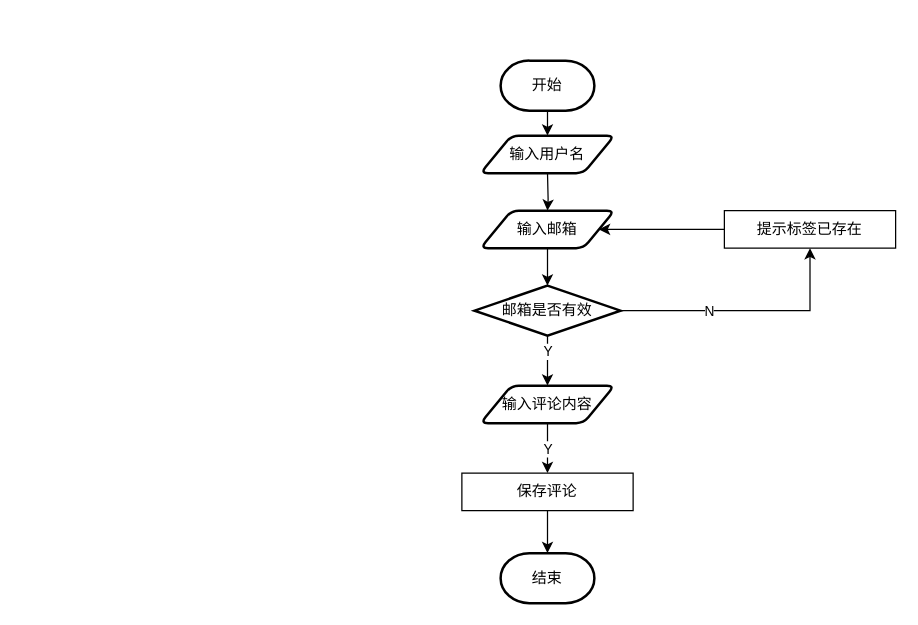
Before: 点赞功能流程图.drawio in zyl-2000/draw, a draw.io diagram. Source tidied: cells renumbered, new cells numbered last; positions are measured from the earlier drawing's top-left corner, leaving out a move shared by most shapes. Both pictures are drawn from the tidied source at 125%, with x=0, y=0 at pixel (461, 60).
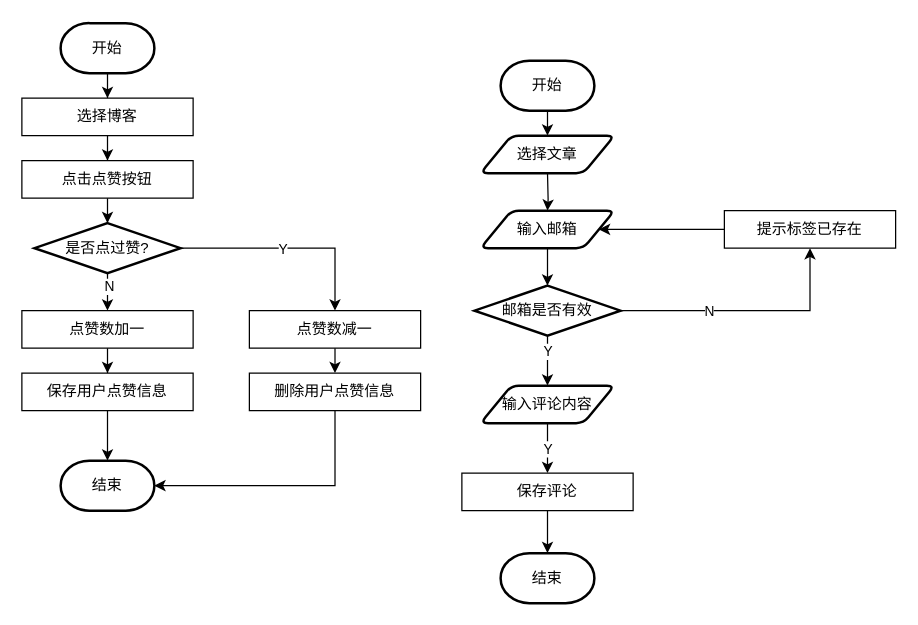
After the change.

Commit message (it also covers changes not shown here):
更新点赞功能流程图.drawio

The edit, as a diff of the source:
```diff
@@
-    <mxCell id="19" value="输入用户名" style="shape=parallelogram;html=1;strokeWidth=2;perimeter=parallelogramPerimeter;whiteSpace=wrap;rounded=1;arcSize=12;size=0.23;" parent="1" vertex="1">
+    <mxCell id="19" value="选择文章" style="shape=parallelogram;html=1;strokeWidth=2;perimeter=parallelogramPerimeter;whiteSpace=wrap;rounded=1;arcSize=12;size=0.23;" parent="1" vertex="1">
       <mxGeometry x="15" y="60" width="107" height="30" as="geometry" />
     </mxCell>
@@
+    <mxCell id="21" style="edgeStyle=orthogonalEdgeStyle;rounded=0;jettySize=auto;html=1;exitX=0.5;exitY=1;exitDx=0;exitDy=0;exitPerimeter=0;" parent="1" edge="1" source="22" target="24">
+      <mxGeometry relative="1" as="geometry" />
+    </mxCell>
+    <mxCell id="22" value="开始" style="strokeWidth=2;html=1;shape=mxgraph.flowchart.terminator;whiteSpace=wrap;" parent="1" vertex="1">
+      <mxGeometry x="-321" y="-30" width="75" height="40" as="geometry" />
+    </mxCell>
+    <mxCell id="23" style="edgeStyle=orthogonalEdgeStyle;rounded=0;jettySize=auto;html=1;exitX=0.5;exitY=1;exitDx=0;exitDy=0;" parent="1" edge="1" source="24" target="26">
+      <mxGeometry relative="1" as="geometry" />
+    </mxCell>
+    <mxCell id="24" value="选择博客" style="rounded=0;whiteSpace=wrap;html=1;" parent="1" vertex="1">
+      <mxGeometry x="-352" y="30" width="137" height="30" as="geometry" />
+    </mxCell>
+    <mxCell id="25" style="edgeStyle=orthogonalEdgeStyle;rounded=0;jettySize=auto;html=1;exitX=0.5;exitY=1;exitDx=0;exitDy=0;" parent="1" edge="1" source="26" target="31">
+      <mxGeometry relative="1" as="geometry" />
+    </mxCell>
+    <mxCell id="26" value="点击点赞按钮" style="rounded=0;whiteSpace=wrap;html=1;" parent="1" vertex="1">
+      <mxGeometry x="-352" y="80" width="137" height="30" as="geometry" />
+    </mxCell>
+    <mxCell id="27" style="edgeStyle=orthogonalEdgeStyle;rounded=0;jettySize=auto;html=1;exitX=0.5;exitY=1;exitDx=0;exitDy=0;exitPerimeter=0;entryX=0.5;entryY=0;entryDx=0;entryDy=0;" parent="1" edge="1" source="31" target="33">
+      <mxGeometry relative="1" as="geometry" />
+    </mxCell>
+    <mxCell id="28" value="N" style="edgeLabel;html=1;align=center;verticalAlign=middle;" parent="27" vertex="1">
+      <mxGeometry x="-0.18" y="1" relative="1" as="geometry">
+        <mxPoint y="-2" as="offset" />
+      </mxGeometry>
+    </mxCell>
+    <mxCell id="29" style="edgeStyle=orthogonalEdgeStyle;rounded=0;jettySize=auto;html=1;exitX=1;exitY=0.5;exitDx=0;exitDy=0;exitPerimeter=0;" parent="1" edge="1" source="31" target="36">
+      <mxGeometry relative="1" as="geometry" />
+    </mxCell>
+    <mxCell id="30" value="Y" style="edgeLabel;html=1;align=center;verticalAlign=middle;" parent="29" vertex="1">
+      <mxGeometry x="-0.05" y="4" relative="1" as="geometry">
+        <mxPoint y="4" as="offset" />
+      </mxGeometry>
+    </mxCell>
+    <mxCell id="31" value="是否点过赞?" style="strokeWidth=2;html=1;shape=mxgraph.flowchart.decision;whiteSpace=wrap;" parent="1" vertex="1">
+      <mxGeometry x="-341.9" y="130" width="116.8" height="40" as="geometry" />
+    </mxCell>
+    <mxCell id="32" style="edgeStyle=orthogonalEdgeStyle;rounded=0;jettySize=auto;html=1;exitX=0.5;exitY=1;exitDx=0;exitDy=0;" parent="1" edge="1" source="33" target="34">
+      <mxGeometry relative="1" as="geometry" />
+    </mxCell>
+    <mxCell id="33" value="点赞数加一" style="rounded=0;whiteSpace=wrap;html=1;" parent="1" vertex="1">
+      <mxGeometry x="-352" y="200" width="137" height="30" as="geometry" />
+    </mxCell>
+    <mxCell id="34" value="保存用户点赞信息" style="rounded=0;whiteSpace=wrap;html=1;" parent="1" vertex="1">
+      <mxGeometry x="-352" y="250" width="137" height="30" as="geometry" />
+    </mxCell>
+    <mxCell id="35" style="edgeStyle=orthogonalEdgeStyle;rounded=0;jettySize=auto;html=1;exitX=0.5;exitY=1;exitDx=0;exitDy=0;entryX=0.5;entryY=0;entryDx=0;entryDy=0;" parent="1" edge="1" source="36" target="37">
+      <mxGeometry relative="1" as="geometry" />
+    </mxCell>
+    <mxCell id="36" value="点赞数减一" style="rounded=0;whiteSpace=wrap;html=1;" parent="1" vertex="1">
+      <mxGeometry x="-170" y="200" width="137" height="30" as="geometry" />
+    </mxCell>
+    <mxCell id="37" value="删除用户点赞信息" style="rounded=0;whiteSpace=wrap;html=1;" parent="1" vertex="1">
+      <mxGeometry x="-170" y="250" width="137" height="30" as="geometry" />
+    </mxCell>
+    <mxCell id="38" value="结束" style="strokeWidth=2;html=1;shape=mxgraph.flowchart.terminator;whiteSpace=wrap;" parent="1" vertex="1">
+      <mxGeometry x="-321" y="320" width="75" height="40" as="geometry" />
+    </mxCell>
+    <mxCell id="39" style="edgeStyle=orthogonalEdgeStyle;rounded=0;jettySize=auto;html=1;exitX=0.5;exitY=1;exitDx=0;exitDy=0;entryX=0.5;entryY=0;entryDx=0;entryDy=0;entryPerimeter=0;" parent="1" edge="1" source="34" target="38">
+      <mxGeometry relative="1" as="geometry" />
+    </mxCell>
+    <mxCell id="40" style="edgeStyle=orthogonalEdgeStyle;rounded=0;jettySize=auto;html=1;exitX=0.5;exitY=1;exitDx=0;exitDy=0;entryX=1;entryY=0.5;entryDx=0;entryDy=0;entryPerimeter=0;" parent="1" edge="1" source="37" target="38">
+      <mxGeometry relative="1" as="geometry" />
+    </mxCell>
```
